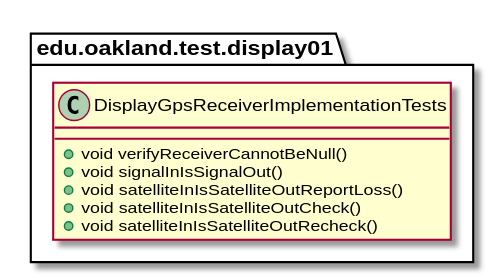
Above: docs/uml-class-diagrams/display01/test/DisplayGpsReceiverImplementationTests/DisplayGpsReceiverImplementationTests.svg in andrewdimmer/csi-3370-software-project (PlantUML), before the change.
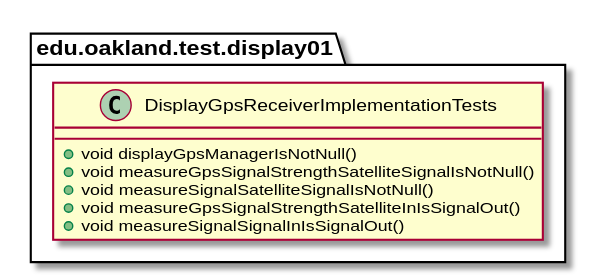
The same file after the commit.

Diff of the diagram source:
```diff
@@ -2,11 +2,11 @@
 
 package edu.oakland.test.display01 {
     class DisplayGpsReceiverImplementationTests {
-        + void verifyReceiverCannotBeNull()
-        + void signalInIsSignalOut()
-        + void satelliteInIsSatelliteOutReportLoss()
-        + void satelliteInIsSatelliteOutCheck()
-        + void satelliteInIsSatelliteOutRecheck()
+        + void displayGpsManagerIsNotNull()
+        + void measureGpsSignalStrengthSatelliteSignalIsNotNull()
+        + void measureSignalSatelliteSignalIsNotNull()
+        + void measureGpsSignalStrengthSatelliteInIsSignalOut()
+        + void measureSignalSignalInIsSignalOut()
     }
 }
 
```
